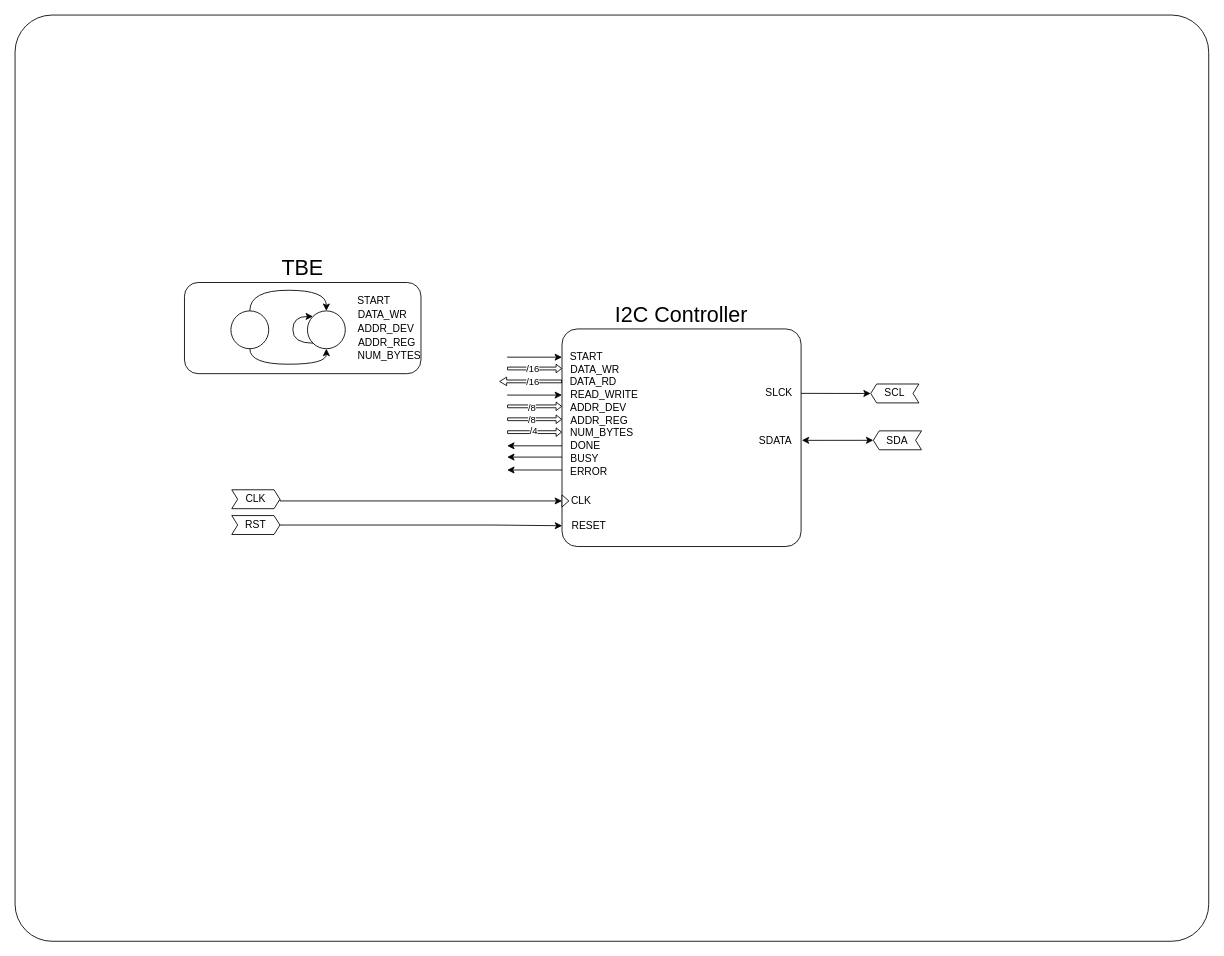
Earlier version of the draw.io diagram page "TOP" (2 of 4) of projects/vicon_cmgj/diagram/vicon.drawio (carlosmgj/VICON). Source tidied: cells renumbered, new cells numbered last; positions are measured from the earlier drawing's top-left corner, leaving out a move shared by most shapes. Both pictures are drawn from the tidied source at 86%, with x=0, y=0 at pixel (15, 15).
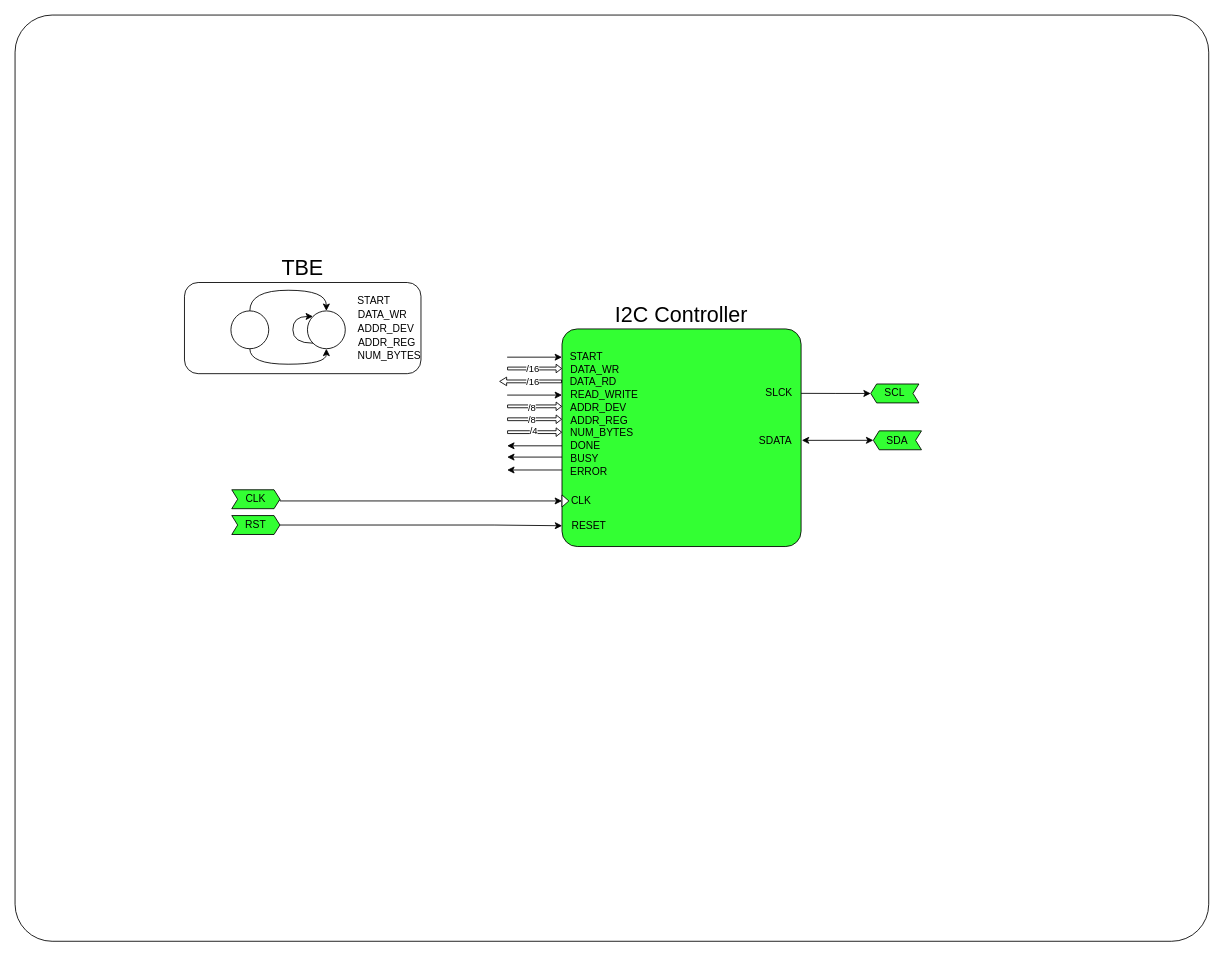
The same page after the edit.

What changed in the source:
```diff
@@
-    <mxCell id="3" value="I2C Controller" style="rounded=1;whiteSpace=wrap;html=1;arcSize=7;fontSize=25;imageWidth=24;labelBackgroundColor=none;verticalAlign=bottom;labelPosition=center;verticalLabelPosition=top;align=center;" parent="1" vertex="1">
+    <mxCell id="3" value="I2C Controller" style="rounded=1;whiteSpace=wrap;html=1;arcSize=7;fontSize=25;imageWidth=24;labelBackgroundColor=none;verticalAlign=bottom;labelPosition=center;verticalLabelPosition=top;align=center;fillColor=#33FF33;" parent="1" vertex="1">
       <mxGeometry x="636" y="365" width="278" height="253" as="geometry" />
     </mxCell>
@@
-    <mxCell id="18" value="CLK" style="shape=step;perimeter=stepPerimeter;whiteSpace=wrap;html=1;fixedSize=1;size=6.8620689655173805;labelBackgroundColor=none;rounded=0;" parent="1" vertex="1">
+    <mxCell id="18" value="CLK" style="shape=step;perimeter=stepPerimeter;whiteSpace=wrap;html=1;fixedSize=1;size=6.8620689655173805;labelBackgroundColor=none;rounded=0;fillColor=#33FF33;" parent="1" vertex="1">
       <mxGeometry x="252" y="552" width="56" height="22" as="geometry" />
     </mxCell>
-    <mxCell id="19" value="RST" style="shape=step;perimeter=stepPerimeter;whiteSpace=wrap;html=1;fixedSize=1;size=6.8620689655173805;labelBackgroundColor=none;rounded=0;" parent="1" vertex="1">
+    <mxCell id="19" value="RST" style="shape=step;perimeter=stepPerimeter;whiteSpace=wrap;html=1;fixedSize=1;size=6.8620689655173805;labelBackgroundColor=none;rounded=0;fillColor=#33FF33;" parent="1" vertex="1">
       <mxGeometry x="252" y="582" width="56" height="22" as="geometry" />
     </mxCell>
-    <mxCell id="20" value="SDA" style="shape=step;perimeter=stepPerimeter;whiteSpace=wrap;html=1;fixedSize=1;size=6.8620689655173805;labelBackgroundColor=none;rounded=0;flipH=1;" parent="1" vertex="1">
+    <mxCell id="20" value="SDA" style="shape=step;perimeter=stepPerimeter;whiteSpace=wrap;html=1;fixedSize=1;size=6.8620689655173805;labelBackgroundColor=none;rounded=0;flipH=1;fillColor=#33FF33;" parent="1" vertex="1">
       <mxGeometry x="998" y="483.5" width="56" height="22" as="geometry" />
     </mxCell>
-    <mxCell id="21" value="SCL" style="shape=step;perimeter=stepPerimeter;whiteSpace=wrap;html=1;fixedSize=1;size=6.8620689655173805;labelBackgroundColor=none;rounded=0;flipH=1;" parent="1" vertex="1">
+    <mxCell id="21" value="SCL" style="shape=step;perimeter=stepPerimeter;whiteSpace=wrap;html=1;fixedSize=1;size=6.8620689655173805;labelBackgroundColor=none;rounded=0;flipH=1;fillColor=#33FF33;" parent="1" vertex="1">
       <mxGeometry x="995" y="429" width="56" height="22" as="geometry" />
     </mxCell>
```
